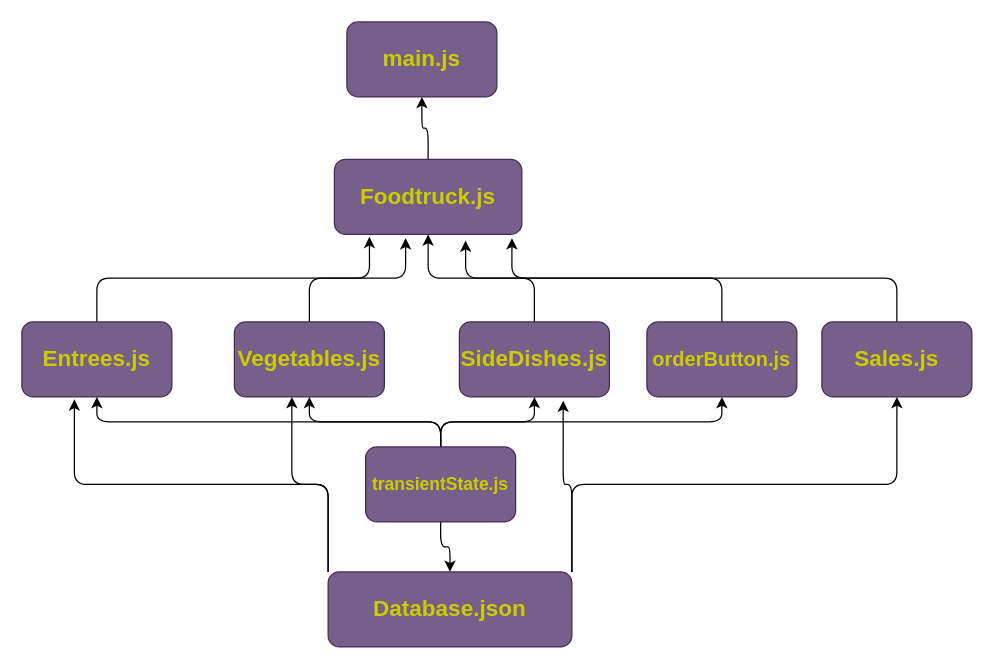
The draw.io diagram documents/depends.drawio in nss-day-cohort-75/House-of-Hummus-blackwellj62, before the edit. Source tidied: cells renumbered, new cells numbered last; positions are measured from the earlier drawing's top-left corner, leaving out a move shared by most shapes. Both pictures are drawn from the tidied source at 125%, with x=0, y=0 at pixel (21, 21).
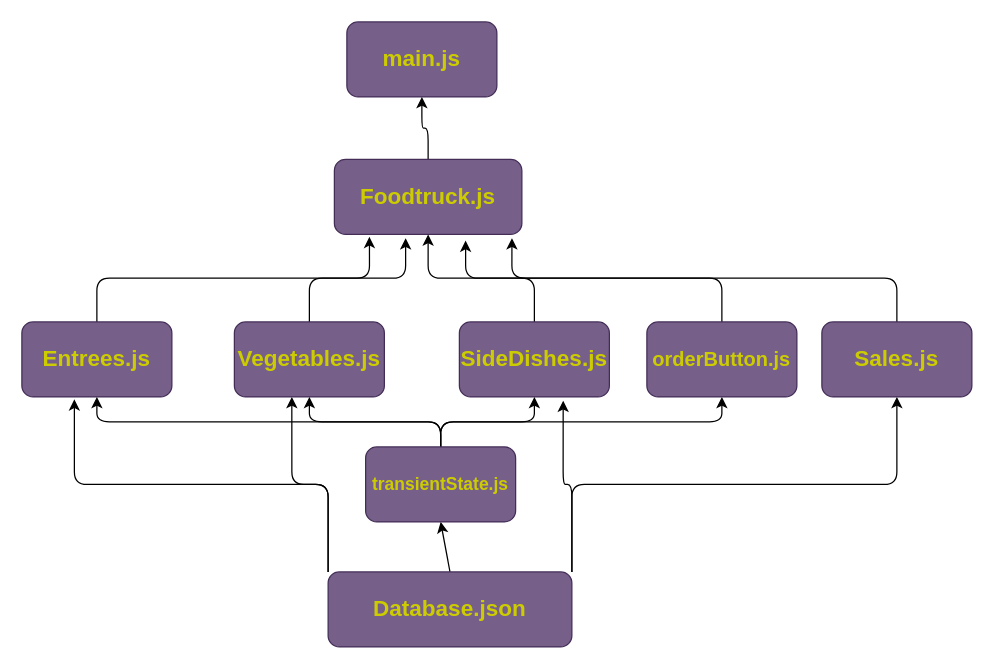
The same page after the edit.

The change refers to these unchanged cells:
```xml
<mxCell id="7" value="&lt;font size=&quot;1&quot; color=&quot;#cccc00&quot;&gt;&lt;b style=&quot;font-size: 18px;&quot;&gt;Database.json&lt;/b&gt;&lt;/font&gt;" style="whiteSpace=wrap;html=1;fillColor=#76608a;fontColor=#ffffff;strokeColor=#432D57;rounded=1;" parent="1" vertex="1">
  <mxGeometry x="245" y="440" width="195" height="60" as="geometry" />
</mxCell>
<mxCell id="21" value="&lt;font size=&quot;1&quot; color=&quot;#cccc00&quot;&gt;&lt;b style=&quot;font-size: 14px;&quot;&gt;transientState.js&lt;/b&gt;&lt;/font&gt;" style="whiteSpace=wrap;html=1;fillColor=#76608a;fontColor=#ffffff;strokeColor=#432D57;rounded=1;" parent="1" vertex="1">
  <mxGeometry x="275" y="340" width="120" height="60" as="geometry" />
</mxCell>
```

The edit, as a diff of the source:
```diff
@@
+    <mxCell id="26" style="edgeStyle=none;html=1;exitX=0.5;exitY=0;exitDx=0;exitDy=0;entryX=0.5;entryY=1;entryDx=0;entryDy=0;" parent="1" edge="1" source="7" target="21">
+      <mxGeometry relative="1" as="geometry" />
+    </mxCell>
@@
-    <mxCell id="20" style="edgeStyle=orthogonalEdgeStyle;html=1;exitX=0.5;exitY=1;exitDx=0;exitDy=0;entryX=0.5;entryY=0;entryDx=0;entryDy=0;fontSize=16;fontColor=#CCCC00;" parent="1" edge="1" source="21" target="7">
-      <mxGeometry relative="1" as="geometry" />
-    </mxCell>
```
